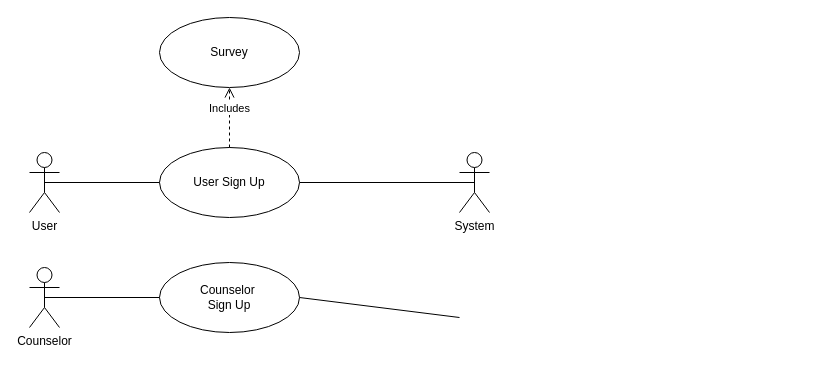
Earlier version of the draw.io diagram Untitled Diagram.drawio (EliezerOng/CZ2006-Web-Devz). Source tidied: cells renumbered, new cells numbered last; positions are measured from the earlier drawing's top-left corner, leaving out a move shared by most shapes. Both pictures are drawn from the tidied source at 100%, with x=0, y=0 at pixel (29, 17).
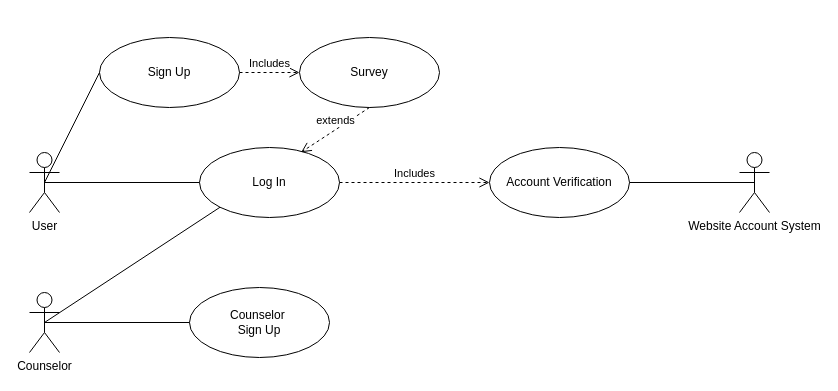
The same diagram, later.

Commit message:
user and counselor

Change to the diagram source:
```diff
@@
 <mxGraphModel>
   <root>
     <mxCell id="0" />
     <mxCell id="1" parent="0" />
     <mxCell id="2" value="User" style="shape=umlActor;verticalLabelPosition=bottom;verticalAlign=top;html=1;outlineConnect=0;" parent="1" vertex="1">
       <mxGeometry y="135" width="30" height="60" as="geometry" />
     </mxCell>
-    <mxCell id="3" value="System" style="shape=umlActor;verticalLabelPosition=bottom;verticalAlign=top;html=1;outlineConnect=0;" parent="1" vertex="1">
-      <mxGeometry x="430" y="135" width="30" height="60" as="geometry" />
-    </mxCell>
-    <mxCell id="4" value="Counselor" style="shape=umlActor;verticalLabelPosition=bottom;verticalAlign=top;html=1;outlineConnect=0;" parent="1" vertex="1">
-      <mxGeometry y="250" width="30" height="60" as="geometry" />
-    </mxCell>
-    <mxCell id="5" value="User Sign Up" style="ellipse;whiteSpace=wrap;html=1;" parent="1" vertex="1">
-      <mxGeometry x="130" y="130" width="140" height="70" as="geometry" />
+    <mxCell id="5" value="Sign Up" style="ellipse;whiteSpace=wrap;html=1;" parent="1" vertex="1">
+      <mxGeometry x="70" y="20" width="140" height="70" as="geometry" />
     </mxCell>
     <mxCell id="6" style="endArrow=none;html=1;rounded=0;exitX=0.5;exitY=0.5;exitDx=0;exitDy=0;exitPerimeter=0;entryX=0;entryY=0.5;entryDx=0;entryDy=0;" parent="1" edge="1" source="2" target="5">
       <mxGeometry relative="1" as="geometry" />
     </mxCell>
-    <mxCell id="7" style="endArrow=none;html=1;rounded=0;exitX=1;exitY=0.5;exitDx=0;exitDy=0;entryX=0.5;entryY=0.5;entryDx=0;entryDy=0;entryPerimeter=0;" parent="1" edge="1" source="5" target="3">
-      <mxGeometry relative="1" as="geometry" />
-    </mxCell>
-    <mxCell id="8" value="Includes" style="html=1;verticalAlign=bottom;endArrow=open;dashed=1;endSize=8;rounded=0;entryX=0.5;entryY=1;entryDx=0;entryDy=0;" parent="1" edge="1" source="5" target="9">
+    <mxCell id="8" value="Includes" style="html=1;verticalAlign=bottom;endArrow=open;dashed=1;endSize=8;rounded=0;" parent="1" edge="1" source="5" target="9">
       <mxGeometry relative="1" as="geometry" />
     </mxCell>
     <mxCell id="9" value="Survey" style="ellipse;whiteSpace=wrap;html=1;" parent="1" vertex="1">
-      <mxGeometry x="130" width="140" height="70" as="geometry" />
+      <mxGeometry x="270" y="20" width="140" height="70" as="geometry" />
     </mxCell>
     <mxCell id="10" value="Counselor&amp;nbsp;&lt;br&gt;Sign Up" style="ellipse;whiteSpace=wrap;html=1;" parent="1" vertex="1">
-      <mxGeometry x="130" y="245" width="140" height="70" as="geometry" />
+      <mxGeometry x="160" y="270" width="140" height="70" as="geometry" />
     </mxCell>
     <mxCell id="11" style="endArrow=none;html=1;rounded=0;entryX=0;entryY=0.5;entryDx=0;entryDy=0;exitX=0.5;exitY=0.5;exitDx=0;exitDy=0;exitPerimeter=0;" parent="1" edge="1" source="4" target="10">
       <mxGeometry relative="1" as="geometry" />
     </mxCell>
-    <mxCell id="12" style="endArrow=none;html=1;rounded=0;exitX=1;exitY=0.5;exitDx=0;exitDy=0;" parent="1" edge="1" source="10">
-      <mxGeometry relative="1" as="geometry">
-        <mxPoint x="430" y="300" as="targetPoint" />
-      </mxGeometry>
-    </mxCell>
+    <mxCell id="13" value="Log In" style="ellipse;whiteSpace=wrap;html=1;" parent="1" vertex="1">
+      <mxGeometry x="170" y="130" width="140" height="70" as="geometry" />
+    </mxCell>
+    <mxCell id="14" style="endArrow=none;html=1;rounded=0;exitX=0.5;exitY=0.5;exitDx=0;exitDy=0;exitPerimeter=0;" parent="1" edge="1" source="2" target="13">
+      <mxGeometry relative="1" as="geometry" />
+    </mxCell>
+    <mxCell id="15" style="endArrow=none;html=1;rounded=0;entryX=0;entryY=1;entryDx=0;entryDy=0;startArrow=none;exitX=0.5;exitY=0.5;exitDx=0;exitDy=0;exitPerimeter=0;" parent="1" edge="1" source="4" target="13">
+      <mxGeometry relative="1" as="geometry" />
+    </mxCell>
+    <mxCell id="16" value="Includes" style="html=1;verticalAlign=bottom;endArrow=open;dashed=1;endSize=8;rounded=0;" parent="1" edge="1" source="13" target="17">
+      <mxGeometry relative="1" as="geometry" />
+    </mxCell>
+    <mxCell id="17" value="Account Verification" style="ellipse;whiteSpace=wrap;html=1;" parent="1" vertex="1">
+      <mxGeometry x="460" y="130" width="140" height="70" as="geometry" />
+    </mxCell>
+    <mxCell id="18" value="Website Account System" style="shape=umlActor;verticalLabelPosition=bottom;verticalAlign=top;html=1;" parent="1" vertex="1">
+      <mxGeometry x="710" y="135" width="30" height="60" as="geometry" />
+    </mxCell>
+    <mxCell id="19" style="endArrow=none;html=1;rounded=0;exitX=1;exitY=0.5;exitDx=0;exitDy=0;entryX=0.5;entryY=0.5;entryDx=0;entryDy=0;entryPerimeter=0;" parent="1" edge="1" source="17" target="18">
+      <mxGeometry relative="1" as="geometry" />
+    </mxCell>
+    <mxCell id="20" value="extends" style="html=1;verticalAlign=bottom;endArrow=open;dashed=1;endSize=8;rounded=0;entryX=0.726;entryY=0.067;entryDx=0;entryDy=0;exitX=0.5;exitY=1;exitDx=0;exitDy=0;entryPerimeter=0;" parent="1" edge="1" source="9" target="13">
+      <mxGeometry relative="1" as="geometry" />
+    </mxCell>
+    <mxCell id="4" value="Counselor" style="shape=umlActor;verticalLabelPosition=bottom;verticalAlign=top;html=1;outlineConnect=0;" parent="1" vertex="1">
+      <mxGeometry y="275" width="30" height="60" as="geometry" />
+    </mxCell>
   </root>
 </mxGraphModel>
```
